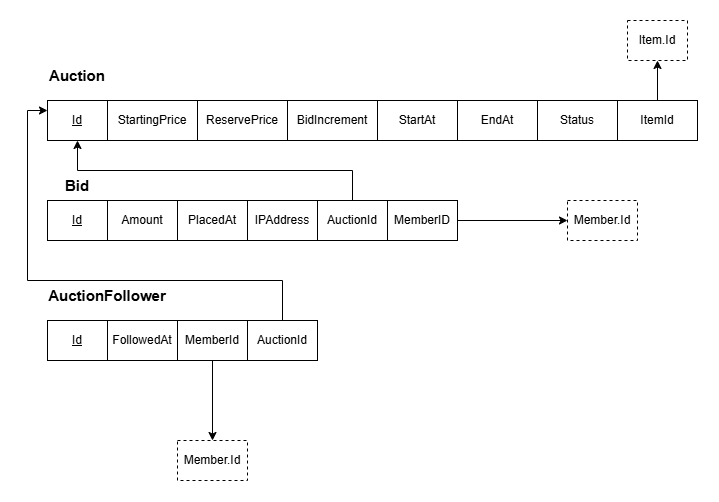
Above: docs/mapping/BIDNILE-2-Schema-4-Auctions.png in Mokhtar103/Mokhtar103-Database-Assignment-2-Creating-Tables (draw.io), before the change. Source tidied: cells renumbered, new cells last; positions are measured from the earlier drawing's top-left corner, leaving out a move shared by most shapes.
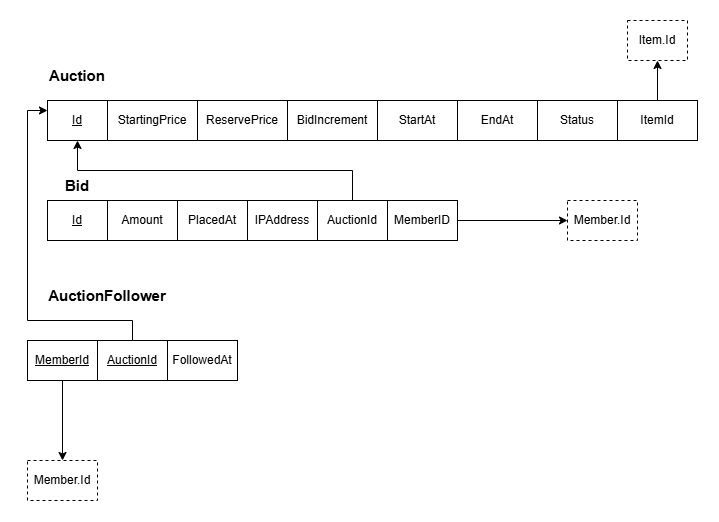
The same file after the commit.

The edit, as a diff of the source:
```diff
@@ -73,32 +73,29 @@
     <mxCell id="23" value="&lt;font style=&quot;font-size: 15px;&quot;&gt;&lt;b&gt;AuctionFollower&lt;/b&gt;&lt;/font&gt;" style="text;html=1;whiteSpace=wrap;strokeColor=none;fillColor=none;align=center;verticalAlign=middle;rounded=0;" parent="1" vertex="1">
       <mxGeometry x="50" y="260" width="60" height="30" as="geometry" />
     </mxCell>
-    <mxCell id="24" value="&lt;u&gt;Id&lt;/u&gt;" style="whiteSpace=wrap;html=1;align=center;" parent="1" vertex="1">
-      <mxGeometry x="20" y="300" width="60" height="40" as="geometry" />
-    </mxCell>
     <mxCell id="25" value="FollowedAt" style="whiteSpace=wrap;html=1;align=center;" parent="1" vertex="1">
-      <mxGeometry x="80" y="300" width="70" height="40" as="geometry" />
+      <mxGeometry x="140" y="320" width="70" height="40" as="geometry" />
     </mxCell>
     <mxCell id="26" style="edgeStyle=orthogonalEdgeStyle;rounded=0;jettySize=auto;html=1;entryX=0.5;entryY=0;entryDx=0;entryDy=0;defaultLabelBackgroundColor=page;labelPadding=0 4;" parent="1" edge="1" source="27" target="30">
       <mxGeometry relative="1" as="geometry" />
     </mxCell>
-    <mxCell id="27" value="MemberId" style="whiteSpace=wrap;html=1;align=center;" parent="1" vertex="1">
-      <mxGeometry x="150" y="300" width="70" height="40" as="geometry" />
+    <mxCell id="27" value="&lt;u&gt;MemberId&lt;/u&gt;" style="whiteSpace=wrap;html=1;align=center;" parent="1" vertex="1">
+      <mxGeometry y="320" width="70" height="40" as="geometry" />
     </mxCell>
     <mxCell id="28" style="edgeStyle=orthogonalEdgeStyle;rounded=0;jettySize=auto;html=1;entryX=0;entryY=0.25;entryDx=0;entryDy=0;defaultLabelBackgroundColor=page;labelPadding=0 4;" parent="1" edge="1" source="29" target="3">
-      <mxGeometry relative="1" as="geometry">
+      <mxGeometry x="0.02" relative="1" as="geometry">
         <Array as="points">
-          <mxPoint x="255" y="260" />
-          <mxPoint y="260" />
+          <mxPoint x="105" y="300" />
+          <mxPoint y="300" />
           <mxPoint y="90" />
         </Array>
       </mxGeometry>
     </mxCell>
-    <mxCell id="29" value="AuctionId" style="whiteSpace=wrap;html=1;align=center;" parent="1" vertex="1">
-      <mxGeometry x="220" y="300" width="70" height="40" as="geometry" />
+    <mxCell id="29" value="&lt;u&gt;AuctionId&lt;/u&gt;" style="whiteSpace=wrap;html=1;align=center;" parent="1" vertex="1">
+      <mxGeometry x="70" y="320" width="70" height="40" as="geometry" />
     </mxCell>
     <mxCell id="30" value="Member.Id" style="whiteSpace=wrap;html=1;align=center;dashed=1;" parent="1" vertex="1">
-      <mxGeometry x="150" y="420" width="70" height="40" as="geometry" />
+      <mxGeometry y="440" width="70" height="40" as="geometry" />
     </mxCell>
   </root>
 </mxGraphModel>
```
